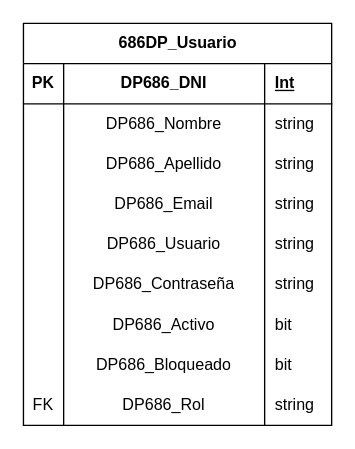
Earlier version of the draw.io diagram page "Gestionar Usuarios" (6 of 11) of Asegura YA/Ing. SW/Ing. SW/DER/DER.drawio (Danunu04/Proyects). Source tidied: cells renumbered, new cells numbered last; positions are measured from the earlier drawing's top-left corner, leaving out a move shared by most shapes. Both pictures are drawn from the tidied source at 134%, with x=0, y=0 at pixel (23, 23).
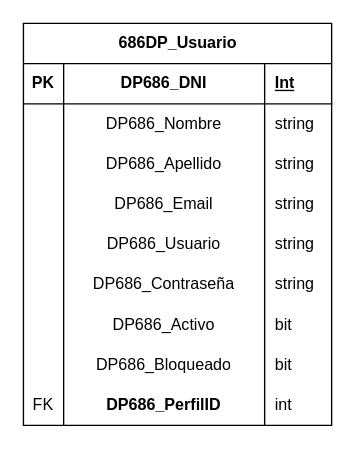
Above is the later version.

The change refers to these unchanged cells:
```xml
<mxCell id="35" style="shape=tableRow;horizontal=0;startSize=0;swimlaneHead=0;swimlaneBody=0;fillColor=none;top=0;left=0;right=0;bottom=0;" parent="2" vertex="1">
  <mxGeometry y="270" width="230" height="30" as="geometry" />
</mxCell>
```

What changed in the source:
```diff
@@
-    <mxCell id="37" value="DP686_Rol" style="shape=partialRectangle;fillColor=none;top=0;left=0;bottom=0;right=0;overflow=hidden;whiteSpace=wrap;html=1;" parent="35" vertex="1">
+    <mxCell id="37" value="&lt;span style=&quot;font-weight: 700;&quot;&gt;DP686_PerfilID&lt;/span&gt;" style="shape=partialRectangle;fillColor=none;top=0;left=0;bottom=0;right=0;overflow=hidden;whiteSpace=wrap;html=1;" parent="35" vertex="1">
       <mxGeometry x="30" width="150" height="30" as="geometry" />
     </mxCell>
-    <mxCell id="38" value="string" style="shape=partialRectangle;fillColor=none;top=0;left=0;bottom=0;right=0;align=left;spacingLeft=6;overflow=hidden;whiteSpace=wrap;html=1;" parent="35" vertex="1">
+    <mxCell id="38" value="int" style="shape=partialRectangle;fillColor=none;top=0;left=0;bottom=0;right=0;align=left;spacingLeft=6;overflow=hidden;whiteSpace=wrap;html=1;" parent="35" vertex="1">
       <mxGeometry x="180" width="50" height="30" as="geometry" />
     </mxCell>
```
